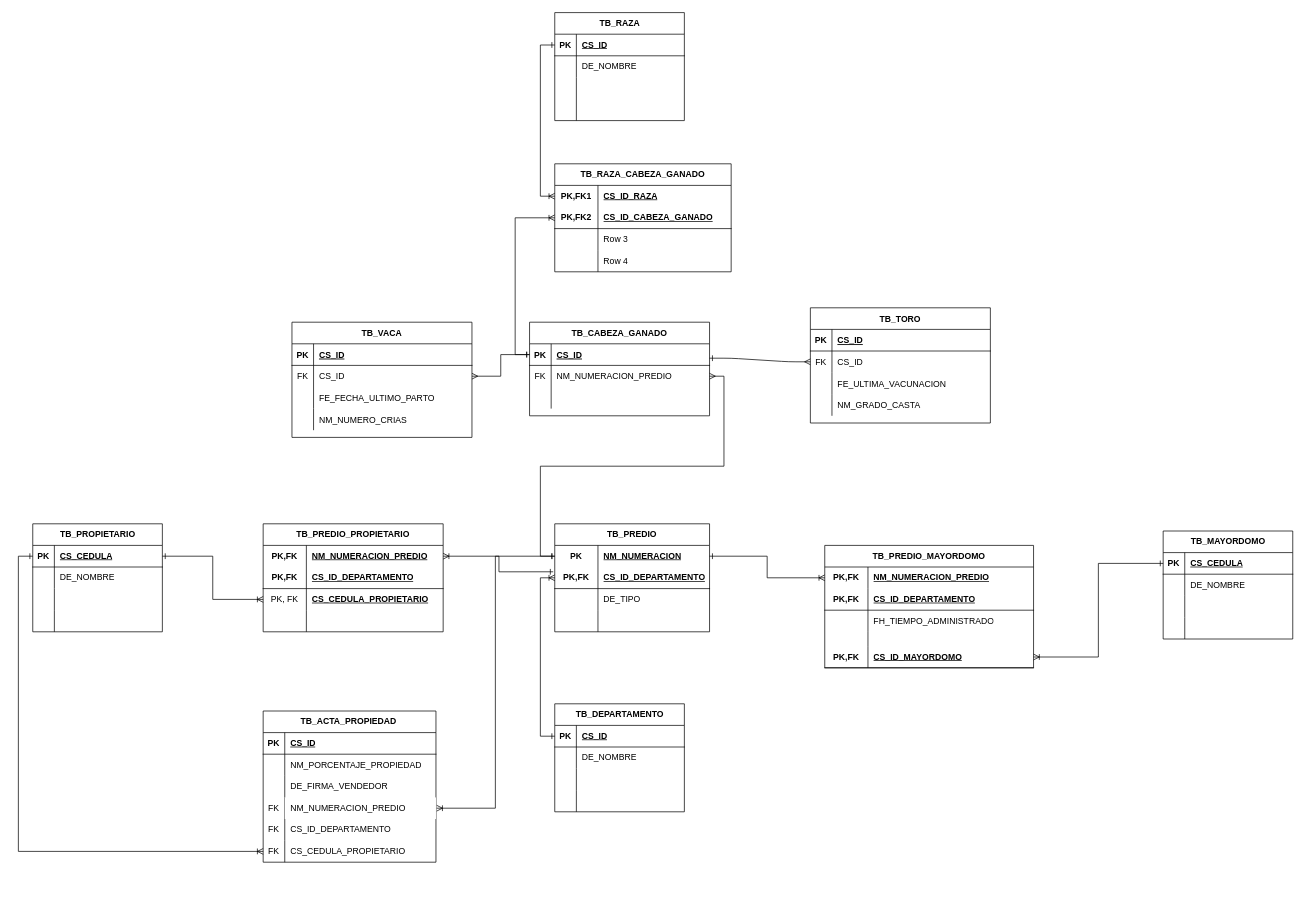
JuanSeRestrepoNieto/Diagrams keeps this draw.io diagram as Caso15.drawio. Above is the earlier version. Source tidied: cells renumbered, new cells numbered last; positions are measured from the earlier drawing's top-left corner, leaving out a move shared by most shapes. Both pictures are drawn from the tidied source at 72%, with x=0, y=0 at pixel (32, 12).
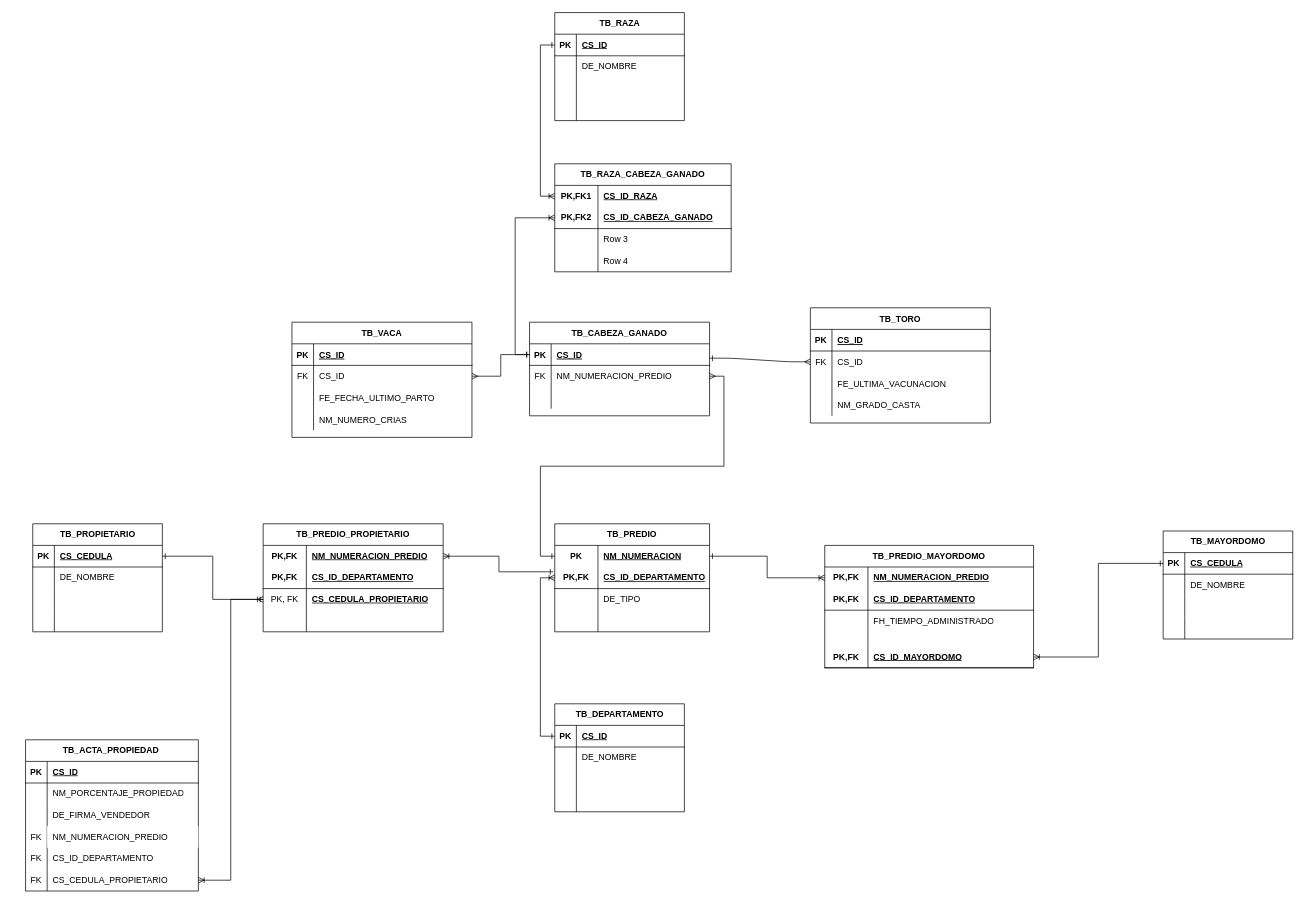
Above is the later version.

The change refers to these unchanged cells:
```xml
<mxCell id="69" style="shape=tableRow;horizontal=0;startSize=0;swimlaneHead=0;swimlaneBody=0;fillColor=none;points=[[0,0.5],[1,0.5]];portConstraint=eastwest;top=0;left=0;right=0;bottom=0;html=1;" parent="68" vertex="1">
  <mxGeometry y="30" width="215" height="30" as="geometry" />
</mxCell>
<mxCell id="128" style="shape=tableRow;horizontal=0;startSize=0;swimlaneHead=0;swimlaneBody=0;fillColor=none;points=[[0,0.5],[1,0.5]];portConstraint=eastwest;top=0;left=0;right=0;bottom=1;" parent="127" vertex="1">
  <mxGeometry y="30" width="180" height="30" as="geometry" />
</mxCell>
<mxCell id="147" style="shape=tableRow;horizontal=0;startSize=0;swimlaneHead=0;swimlaneBody=0;fillColor=none;points=[[0,0.5],[1,0.5]];portConstraint=eastwest;top=0;left=0;right=0;bottom=0;html=1;" parent="140" vertex="1">
  <mxGeometry y="90" width="250" height="30" as="geometry" />
</mxCell>
<mxCell id="165" style="shape=tableRow;horizontal=0;startSize=0;swimlaneHead=0;swimlaneBody=0;fillColor=none;points=[[0,0.5],[1,0.5]];portConstraint=eastwest;top=0;left=0;right=0;bottom=0;perimeterSpacing=1;" parent="155" vertex="1">
  <mxGeometry y="120" width="240" height="30" as="geometry" />
</mxCell>
<mxCell id="171" style="shape=tableRow;horizontal=0;startSize=0;swimlaneHead=0;swimlaneBody=0;fillColor=none;points=[[0,0.5],[1,0.5]];portConstraint=eastwest;top=0;left=0;right=0;bottom=0;" parent="155" vertex="1">
  <mxGeometry y="180" width="240" height="30" as="geometry" />
</mxCell>
```

Diff of the diagram source:
```diff
@@
     <mxCell id="155" value="TB_ACTA_PROPIEDAD&amp;nbsp;" style="shape=table;startSize=30;childLayout=tableLayout;rowLines=0;fontStyle=1;align=center;html=1;" parent="1" vertex="1">
-      <mxGeometry x="320" y="970" width="240" height="210" as="geometry" />
+      <mxGeometry x="-10" y="1010" width="240" height="210" as="geometry" />
     </mxCell>
@@
-    <mxCell id="174" style="edgeStyle=orthogonalEdgeStyle;rounded=0;jettySize=auto;html=1;endArrow=ERone;endFill=0;startArrow=ERoneToMany;startFill=0;entryX=0;entryY=0.5;entryDx=0;entryDy=0;" parent="1" edge="1" source="165" target="69">
-      <mxGeometry relative="1" as="geometry" />
-    </mxCell>
-    <mxCell id="175" style="edgeStyle=orthogonalEdgeStyle;rounded=0;jettySize=auto;html=1;entryX=0;entryY=0.5;entryDx=0;entryDy=0;startArrow=ERoneToMany;startFill=0;endArrow=ERone;endFill=0;" parent="1" edge="1" source="171" target="128">
+    <mxCell id="175" style="edgeStyle=orthogonalEdgeStyle;rounded=0;jettySize=auto;html=1;entryX=0;entryY=0.5;entryDx=0;entryDy=0;startArrow=ERoneToMany;startFill=0;endArrow=ERone;endFill=0;" parent="1" edge="1" source="171" target="147">
       <mxGeometry relative="1" as="geometry" />
     </mxCell>
```
